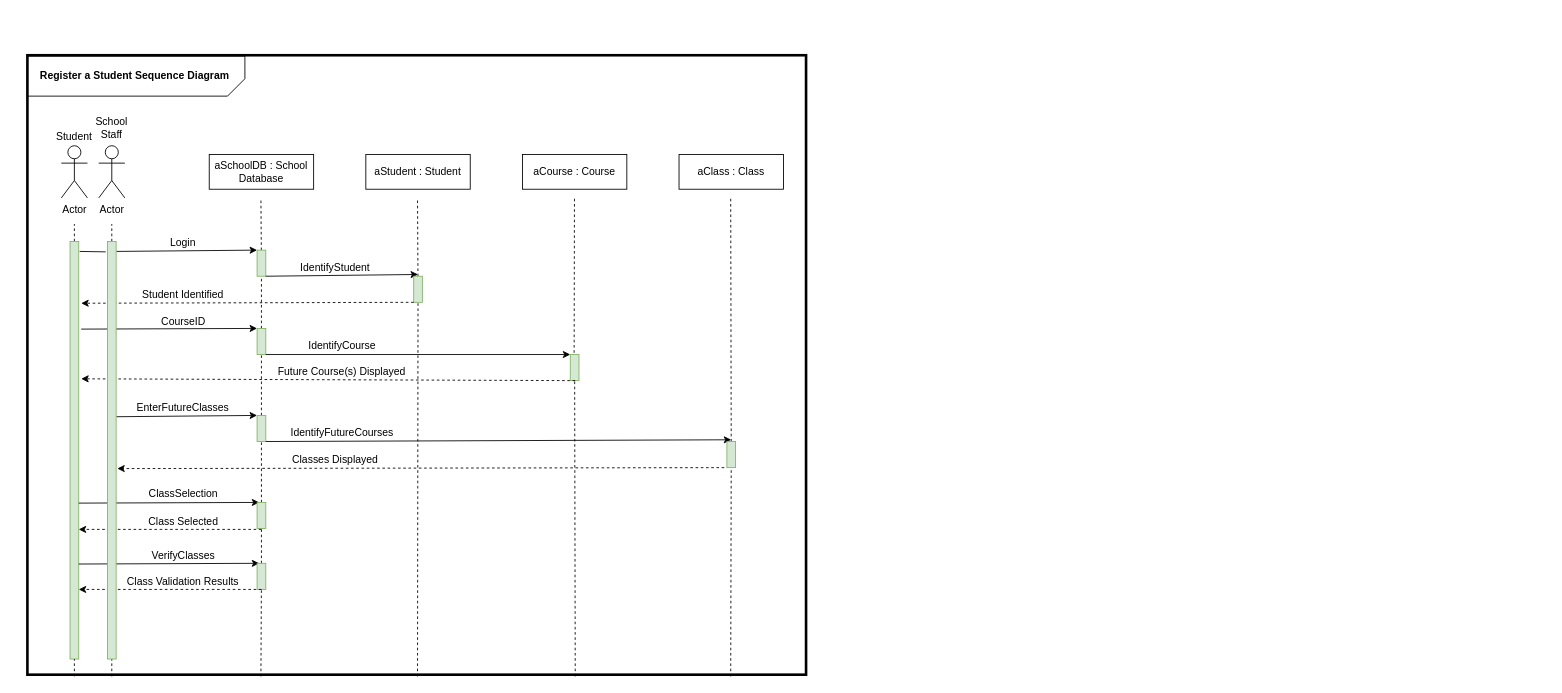
The draw.io diagram 6-1-Project.drawio in kincaidtk901/Workspace, before the edit. Source tidied: cells renumbered, new cells numbered last; positions are measured from the earlier drawing's top-left corner, leaving out a move shared by most shapes. Both pictures are drawn from the tidied source at 87%, with x=0, y=0 at pixel (15, 55).
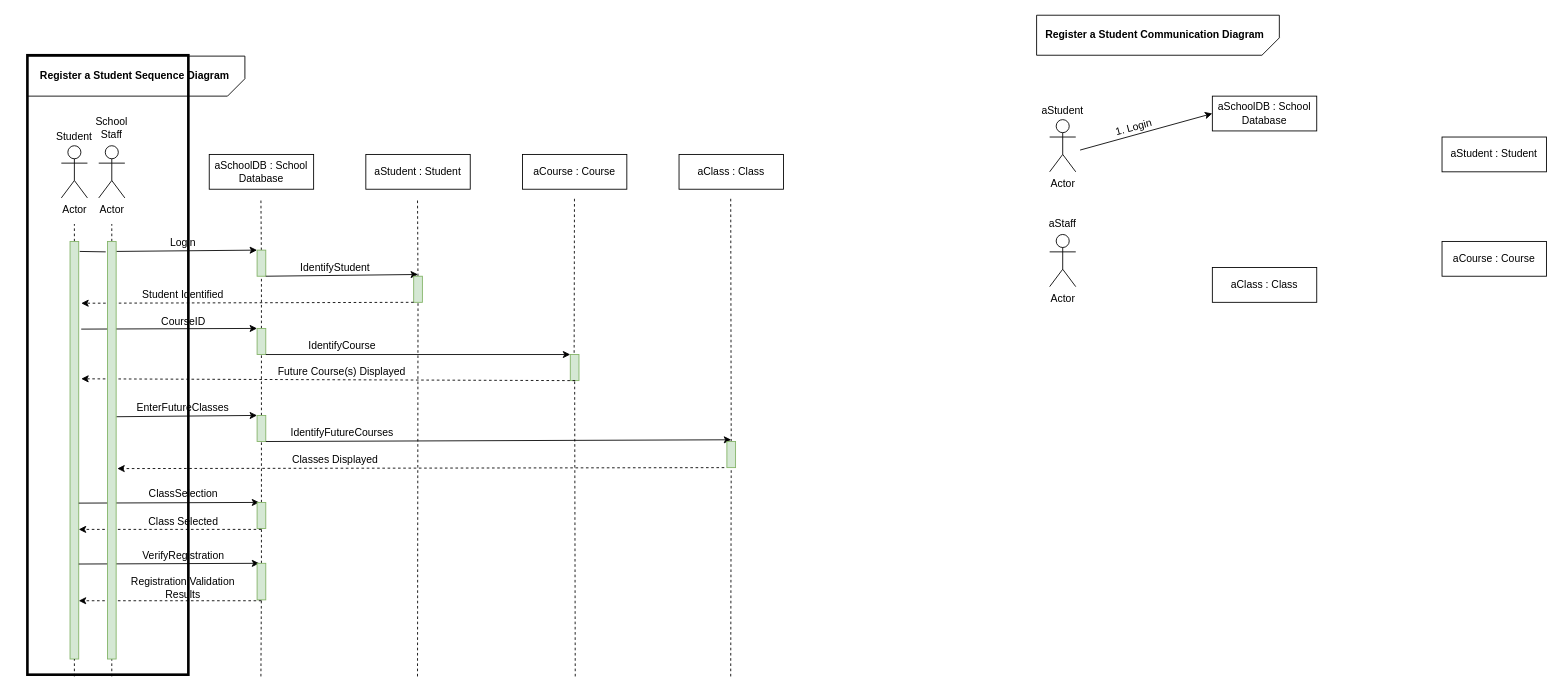
The same diagram, later.

What changed in the source:
```diff
@@
     <mxCell id="58" style="rounded=0;whiteSpace=wrap;html=1;fillColor=#d5e8d4;strokeColor=#82b366;" parent="1" vertex="1">
-      <mxGeometry x="278" y="584" width="10" height="30" as="geometry" />
+      <mxGeometry x="278" y="584" width="10" height="42" as="geometry" />
     </mxCell>
@@
-    <mxCell id="60" value="VerifyClasses" style="text;html=1;strokeColor=none;fillColor=none;align=center;verticalAlign=middle;whiteSpace=wrap;rounded=0;" parent="1" vertex="1">
+    <mxCell id="60" value="VerifyRegistration" style="text;html=1;strokeColor=none;fillColor=none;align=center;verticalAlign=middle;whiteSpace=wrap;rounded=0;" parent="1" vertex="1">
       <mxGeometry x="155.5" y="565" width="75" height="20" as="geometry" />
     </mxCell>
     <mxCell id="61" style="endArrow=classic;html=1;dashed=1;entryX=1.286;entryY=0.148;entryDx=0;entryDy=0;entryPerimeter=0;" parent="1" edge="1">
       <mxGeometry relative="1" as="geometry">
-        <mxPoint x="283" y="614" as="sourcePoint" />
-        <mxPoint x="73" y="614" as="targetPoint" />
+        <mxPoint x="283" y="627" as="sourcePoint" />
+        <mxPoint x="73" y="627" as="targetPoint" />
       </mxGeometry>
     </mxCell>
-    <mxCell id="62" value="Class Validation Results" style="text;html=1;strokeColor=none;fillColor=none;align=center;verticalAlign=middle;whiteSpace=wrap;rounded=0;" parent="1" vertex="1">
-      <mxGeometry x="114.2" y="595" width="157.5" height="20" as="geometry" />
+    <mxCell id="62" value="Registration Validation Results" style="text;html=1;strokeColor=none;fillColor=none;align=center;verticalAlign=middle;whiteSpace=wrap;rounded=0;" parent="1" vertex="1">
+      <mxGeometry x="114.2" y="602" width="157.5" height="20" as="geometry" />
     </mxCell>
@@
     <mxCell id="64" style="rounded=0;whiteSpace=wrap;html=1;fillColor=none;strokeWidth=3;" parent="1" vertex="1">
-      <mxGeometry x="14" width="895" height="712" as="geometry" />
+      <mxGeometry x="14" width="185" height="712" as="geometry" />
     </mxCell>
@@
+    <mxCell id="67" value="Register a Student Communication Diagram" style="text;html=1;strokeColor=none;fillColor=none;align=center;verticalAlign=middle;whiteSpace=wrap;rounded=0;fontStyle=1;" parent="1" vertex="1">
+      <mxGeometry x="1178" y="-33" width="264" height="20" as="geometry" />
+    </mxCell>
+    <mxCell id="68" value="Actor" style="shape=umlActor;verticalLabelPosition=bottom;verticalAlign=top;html=1;" parent="1" vertex="1">
+      <mxGeometry x="1189" y="74" width="30" height="60" as="geometry" />
+    </mxCell>
+    <mxCell id="69" value="Actor" style="shape=umlActor;verticalLabelPosition=bottom;verticalAlign=top;html=1;" parent="1" vertex="1">
+      <mxGeometry x="1189" y="206" width="30" height="60" as="geometry" />
+    </mxCell>
+    <mxCell id="70" value="aStudent" style="text;html=1;strokeColor=none;fillColor=none;align=center;verticalAlign=middle;whiteSpace=wrap;rounded=0;" parent="1" vertex="1">
+      <mxGeometry x="1184" y="54" width="40" height="20" as="geometry" />
+    </mxCell>
+    <mxCell id="71" value="aStaff" style="text;html=1;strokeColor=none;fillColor=none;align=center;verticalAlign=middle;whiteSpace=wrap;rounded=0;" parent="1" vertex="1">
+      <mxGeometry x="1184" y="184" width="40" height="20" as="geometry" />
+    </mxCell>
+    <mxCell id="72" value="aSchoolDB : School Database" style="rounded=0;whiteSpace=wrap;html=1;" parent="1" vertex="1">
+      <mxGeometry x="1376" y="47" width="120" height="40" as="geometry" />
+    </mxCell>
+    <mxCell id="73" value="aStudent : Student" style="rounded=0;whiteSpace=wrap;html=1;" parent="1" vertex="1">
+      <mxGeometry x="1640" y="94" width="120" height="40" as="geometry" />
+    </mxCell>
+    <mxCell id="74" value="aCourse : Course" style="rounded=0;whiteSpace=wrap;html=1;" parent="1" vertex="1">
+      <mxGeometry x="1640" y="214" width="120" height="40" as="geometry" />
+    </mxCell>
+    <mxCell id="75" value="aClass : Class" style="rounded=0;whiteSpace=wrap;html=1;" parent="1" vertex="1">
+      <mxGeometry x="1376" y="244" width="120" height="40" as="geometry" />
+    </mxCell>
+    <mxCell id="76" style="verticalLabelPosition=bottom;verticalAlign=top;html=1;shape=card;whiteSpace=wrap;size=20;arcSize=12;strokeWidth=1;fillColor=none;direction=west;" parent="1" vertex="1">
+      <mxGeometry x="1174" y="-46" width="279" height="46" as="geometry" />
+    </mxCell>
+    <mxCell id="77" style="endArrow=classic;html=1;entryX=0;entryY=0.5;entryDx=0;entryDy=0;" parent="1" edge="1" target="72">
+      <mxGeometry relative="1" as="geometry">
+        <mxPoint x="1224" y="109" as="sourcePoint" />
+      </mxGeometry>
+    </mxCell>
+    <mxCell id="78" value="1. Login" style="text;html=1;strokeColor=none;fillColor=none;align=center;verticalAlign=middle;whiteSpace=wrap;rounded=0;rotation=-15;" parent="1" vertex="1">
+      <mxGeometry x="1253" y="73" width="66" height="20" as="geometry" />
+    </mxCell>
```
